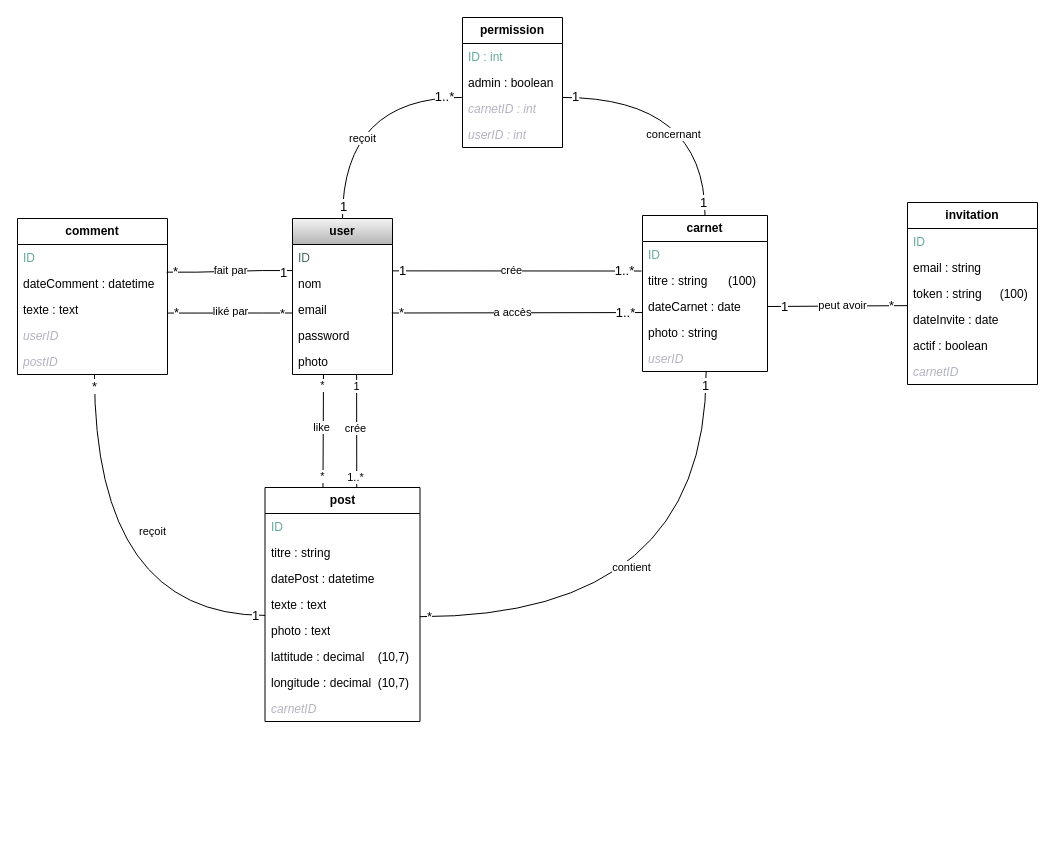
Above: doc-projet-symfony/Diagr_CarnetVoyage2.drawio in Lcdz85/ProjetFinal-Laura (draw.io), before the change. Source tidied: cells renumbered, new cells numbered last; positions are measured from the earlier drawing's top-left corner, leaving out a move shared by most shapes. Both pictures are drawn from the tidied source at 100%, with x=0, y=0 at pixel (17, 17).
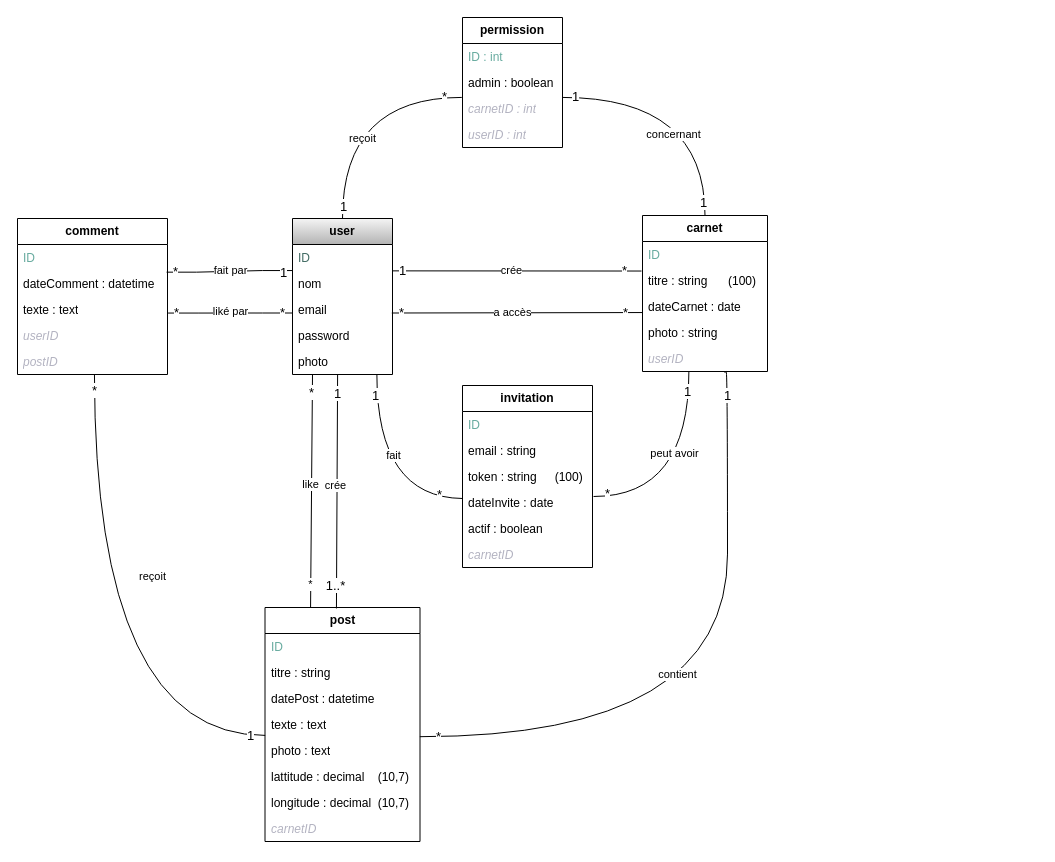
The same diagram, later.

Commit message:
changement diagramme invitation

The change refers to these unchanged cells:
```xml
<mxCell id="7" value="photo" style="text;strokeColor=none;fillColor=none;align=left;verticalAlign=top;spacingLeft=4;spacingRight=4;overflow=hidden;points=[[0,0.5],[1,0.5]];portConstraint=eastwest;whiteSpace=wrap;html=1;" parent="2" vertex="1">
  <mxGeometry y="130" width="100" height="26" as="geometry" />
</mxCell>
<mxCell id="11" value="dateCarnet : date" style="text;strokeColor=none;fillColor=none;align=left;verticalAlign=top;spacingLeft=4;spacingRight=4;overflow=hidden;points=[[0,0.5],[1,0.5]];portConstraint=eastwest;whiteSpace=wrap;html=1;" parent="8" vertex="1">
  <mxGeometry y="78" width="125" height="26" as="geometry" />
</mxCell>
<mxCell id="13" value="&lt;i&gt;userID&lt;/i&gt;" style="text;strokeColor=none;fillColor=none;align=left;verticalAlign=top;spacingLeft=4;spacingRight=4;overflow=hidden;points=[[0,0.5],[1,0.5]];portConstraint=eastwest;whiteSpace=wrap;html=1;fontColor=light-dark(#b3b3c1, #ededed);" parent="8" vertex="1">
  <mxGeometry y="130" width="125" height="26" as="geometry" />
</mxCell>
<mxCell id="14" style="endArrow=none;endFill=0;endSize=12;html=1;rounded=0;exitX=0.999;exitY=0.014;exitDx=0;exitDy=0;exitPerimeter=0;entryX=-0.008;entryY=0.136;entryDx=0;entryDy=0;entryPerimeter=0;" parent="1" edge="1" source="4" target="10">
  <mxGeometry relative="1" as="geometry" />
</mxCell>
<mxCell id="18" style="endArrow=none;endFill=0;endSize=12;html=1;rounded=0;strokeColor=light-dark(#000000, #2b82da);exitX=0.993;exitY=0.635;exitDx=0;exitDy=0;exitPerimeter=0;entryX=-0.003;entryY=0.733;entryDx=0;entryDy=0;entryPerimeter=0;" parent="1" edge="1" source="5" target="11">
  <mxGeometry relative="1" as="geometry" />
</mxCell>
<mxCell id="27" style="endArrow=none;endFill=0;endSize=12;html=1;rounded=0;entryX=-0.007;entryY=0.074;entryDx=0;entryDy=0;edgeStyle=orthogonalEdgeStyle;elbow=vertical;entryPerimeter=0;curved=1;exitX=0.5;exitY=0;exitDx=0;exitDy=0;" parent="1" edge="1" source="2" target="25">
  <mxGeometry relative="1" as="geometry">
    <Array as="points">
      <mxPoint x="325" y="80" />
    </Array>
  </mxGeometry>
</mxCell>
<mxCell id="40" value="photo : text" style="text;strokeColor=none;fillColor=none;align=left;verticalAlign=top;spacingLeft=4;spacingRight=4;overflow=hidden;points=[[0,0.5],[1,0.5]];portConstraint=eastwest;whiteSpace=wrap;html=1;" parent="35" vertex="1">
  <mxGeometry y="130" width="155" height="26" as="geometry" />
</mxCell>
<mxCell id="66" style="endArrow=none;endFill=0;endSize=12;html=1;rounded=0;entryX=-0.001;entryY=0.635;entryDx=0;entryDy=0;entryPerimeter=0;edgeStyle=entityRelationEdgeStyle;exitX=1.004;exitY=0.637;exitDx=0;exitDy=0;exitPerimeter=0;" parent="1" edge="1" source="59" target="5">
  <mxGeometry relative="1" as="geometry" />
</mxCell>
<mxCell id="77" value="token : string&lt;span style=&quot;white-space: pre;&quot;&gt;&#9;&lt;/span&gt;&amp;nbsp;&amp;nbsp;(100)" style="text;strokeColor=none;fillColor=none;align=left;verticalAlign=top;spacingLeft=4;spacingRight=4;overflow=hidden;points=[[0,0.5],[1,0.5]];portConstraint=eastwest;whiteSpace=wrap;html=1;" parent="74" vertex="1">
  <mxGeometry y="78" width="130" height="26" as="geometry" />
</mxCell>
<mxCell id="78" value="dateInvite : date" style="text;strokeColor=none;fillColor=none;align=left;verticalAlign=top;spacingLeft=4;spacingRight=4;overflow=hidden;points=[[0,0.5],[1,0.5]];portConstraint=eastwest;whiteSpace=wrap;html=1;" parent="74" vertex="1">
  <mxGeometry y="104" width="130" height="26" as="geometry" />
</mxCell>
```

Change to the diagram source:
```diff
@@
-    <mxCell id="16" value="1..*" style="edgeLabel;html=1;align=center;verticalAlign=middle;fontSize=13;" parent="14" vertex="1">
+    <mxCell id="16" value="*" style="edgeLabel;html=1;align=center;verticalAlign=middle;fontSize=13;" parent="14" vertex="1">
       <mxGeometry x="0.83" y="-2" relative="1" as="geometry">
         <mxPoint x="4" y="-3" as="offset" />
       </mxGeometry>
     </mxCell>
@@
-    <mxCell id="20" value="1..*" style="edgeLabel;html=1;align=center;verticalAlign=middle;fontSize=13;" parent="18" vertex="1">
+    <mxCell id="20" value="*" style="edgeLabel;html=1;align=center;verticalAlign=middle;fontSize=13;" parent="18" vertex="1">
       <mxGeometry x="0.83" y="-2" relative="1" as="geometry">
         <mxPoint x="4" y="-3" as="offset" />
       </mxGeometry>
     </mxCell>
@@
-    <mxCell id="28" value="1..*" style="edgeLabel;html=1;align=center;verticalAlign=middle;fontSize=13;" parent="27" vertex="1">
+    <mxCell id="28" value="*" style="edgeLabel;html=1;align=center;verticalAlign=middle;fontSize=13;" parent="27" vertex="1">
       <mxGeometry x="0.82" y="1" relative="1" as="geometry">
         <mxPoint x="4" as="offset" />
       </mxGeometry>
     </mxCell>
@@
     <mxCell id="35" value="&lt;b&gt;post&lt;/b&gt;" style="swimlane;fontStyle=0;horizontal=1;startSize=26;fillColor=none;whiteSpace=wrap;html=1;" parent="1" vertex="1">
-      <mxGeometry x="247.5" y="470" width="155" height="234" as="geometry" />
+      <mxGeometry x="247.5" y="590" width="155" height="234" as="geometry" />
     </mxCell>
@@
-    <mxCell id="44" style="endArrow=none;endFill=0;endSize=12;html=1;rounded=0;exitX=0.641;exitY=1.013;exitDx=0;exitDy=0;exitPerimeter=0;entryX=0.592;entryY=0.001;entryDx=0;entryDy=0;entryPerimeter=0;" parent="1" edge="1" source="7" target="35">
-      <mxGeometry relative="1" as="geometry" />
+    <mxCell id="44" style="endArrow=none;endFill=0;endSize=12;html=1;rounded=0;exitX=0.641;exitY=1.013;exitDx=0;exitDy=0;exitPerimeter=0;entryX=0.461;entryY=0.004;entryDx=0;entryDy=0;entryPerimeter=0;" parent="1" edge="1" target="35">
+      <mxGeometry relative="1" as="geometry">
+        <mxPoint x="320.1" y="357.3" as="sourcePoint" />
+      </mxGeometry>
     </mxCell>
-    <mxCell id="45" value="1" style="edgeLabel;html=1;align=center;verticalAlign=middle;" parent="44" vertex="1">
+    <mxCell id="45" value="1" style="edgeLabel;html=1;align=center;verticalAlign=middle;fontSize=13;" parent="44" vertex="1">
       <mxGeometry x="-0.88" y="-1" relative="1" as="geometry">
         <mxPoint y="4" as="offset" />
       </mxGeometry>
     </mxCell>
-    <mxCell id="46" value="1..*" style="edgeLabel;html=1;align=center;verticalAlign=middle;" parent="44" vertex="1">
+    <mxCell id="46" value="1..*" style="edgeLabel;html=1;align=center;verticalAlign=middle;fontSize=13;" parent="44" vertex="1">
       <mxGeometry x="0.8" y="-2" relative="1" as="geometry" />
     </mxCell>
@@
-    <mxCell id="48" style="endArrow=none;endFill=0;endSize=12;html=1;rounded=0;entryX=0.509;entryY=1.015;entryDx=0;entryDy=0;entryPerimeter=0;edgeStyle=orthogonalEdgeStyle;curved=1;exitX=0.999;exitY=-0.031;exitDx=0;exitDy=0;exitPerimeter=0;" parent="1" edge="1" source="40" target="13">
+    <mxCell id="48" style="endArrow=none;endFill=0;endSize=12;html=1;rounded=0;entryX=0.659;entryY=1.051;entryDx=0;entryDy=0;entryPerimeter=0;edgeStyle=orthogonalEdgeStyle;curved=1;exitX=0.999;exitY=-0.031;exitDx=0;exitDy=0;exitPerimeter=0;" parent="1" edge="1" source="40" target="13">
       <mxGeometry relative="1" as="geometry">
         <Array as="points">
-          <mxPoint x="689" y="599" />
-          <mxPoint x="689" y="354" />
+          <mxPoint x="710" y="719" />
+          <mxPoint x="710" y="354" />
+          <mxPoint x="707" y="354" />
         </Array>
       </mxGeometry>
     </mxCell>
@@
     <mxCell id="51" value="contient" style="edgeLabel;html=1;align=center;verticalAlign=middle;" parent="48" vertex="1">
       <mxGeometry x="-0.06" y="-2" relative="1" as="geometry">
-        <mxPoint x="-39" y="-52" as="offset" />
+        <mxPoint x="-53" y="-52" as="offset" />
       </mxGeometry>
     </mxCell>
-    <mxCell id="52" style="endArrow=none;endFill=0;endSize=12;html=1;rounded=0;entryX=0.374;entryY=0.001;entryDx=0;entryDy=0;entryPerimeter=0;exitX=0.31;exitY=0.999;exitDx=0;exitDy=0;exitPerimeter=0;" parent="1" edge="1" source="7" target="35">
-      <mxGeometry relative="1" as="geometry" />
+    <mxCell id="52" style="endArrow=none;endFill=0;endSize=12;html=1;rounded=0;entryX=0.294;entryY=0;entryDx=0;entryDy=0;entryPerimeter=0;exitX=0.31;exitY=0.999;exitDx=0;exitDy=0;exitPerimeter=0;" parent="1" edge="1" target="35">
+      <mxGeometry relative="1" as="geometry">
+        <mxPoint x="295" y="357" as="sourcePoint" />
+      </mxGeometry>
     </mxCell>
-    <mxCell id="53" value="*" style="edgeLabel;html=1;align=center;verticalAlign=middle;" parent="52" vertex="1">
+    <mxCell id="53" value="*" style="edgeLabel;html=1;align=center;verticalAlign=middle;fontSize=13;" parent="52" vertex="1">
       <mxGeometry x="-0.88" y="-1" relative="1" as="geometry">
         <mxPoint y="4" as="offset" />
       </mxGeometry>
     </mxCell>
@@
     <mxCell id="68" value="*" style="edgeLabel;html=1;align=center;verticalAlign=middle;fontSize=13;" parent="66" vertex="1">
       <mxGeometry x="0.84" y="-1" relative="1" as="geometry">
-        <mxPoint y="-1" as="offset" />
+        <mxPoint y="-2" as="offset" />
       </mxGeometry>
     </mxCell>
@@
     <mxCell id="74" value="&lt;b&gt;invitation&lt;/b&gt;" style="swimlane;fontStyle=0;horizontal=1;startSize=26;fillColor=none;whiteSpace=wrap;html=1;" parent="1" vertex="1">
-      <mxGeometry x="890" y="185" width="130" height="182" as="geometry" />
+      <mxGeometry x="445" y="368" width="130" height="182" as="geometry" />
     </mxCell>
@@
-    <mxCell id="81" style="endArrow=none;endFill=0;endSize=12;html=1;rounded=0;exitX=1;exitY=0.5;exitDx=0;exitDy=0;entryX=-0.001;entryY=0.967;entryDx=0;entryDy=0;entryPerimeter=0;" parent="1" edge="1" source="11" target="77">
-      <mxGeometry relative="1" as="geometry" />
+    <mxCell id="81" style="endArrow=none;endFill=0;endSize=12;html=1;rounded=0;exitX=0.371;exitY=0.987;exitDx=0;exitDy=0;entryX=1.008;entryY=0.269;entryDx=0;entryDy=0;entryPerimeter=0;exitPerimeter=0;edgeStyle=orthogonalEdgeStyle;curved=1;" parent="1" edge="1" source="13" target="78">
+      <mxGeometry relative="1" as="geometry">
+        <Array as="points">
+          <mxPoint x="671" y="479" />
+        </Array>
+      </mxGeometry>
     </mxCell>
     <mxCell id="82" value="1" style="edgeLabel;html=1;align=center;verticalAlign=middle;fontSize=13;" parent="81" vertex="1">
       <mxGeometry x="-0.87" y="-1" relative="1" as="geometry">
-        <mxPoint x="7" y="-1" as="offset" />
+        <mxPoint x="-1" y="6" as="offset" />
       </mxGeometry>
     </mxCell>
     <mxCell id="83" value="*" style="edgeLabel;html=1;align=center;verticalAlign=middle;fontSize=13;" parent="81" vertex="1">
       <mxGeometry x="0.83" y="-2" relative="1" as="geometry">
-        <mxPoint x="-5" y="-3" as="offset" />
+        <mxPoint x="-5" y="-1" as="offset" />
       </mxGeometry>
     </mxCell>
     <mxCell id="84" value="peut avoir" style="edgeLabel;html=1;align=center;verticalAlign=middle;" parent="81" vertex="1">
       <mxGeometry x="-0.05" y="1" relative="1" as="geometry">
-        <mxPoint x="9" as="offset" />
+        <mxPoint x="-16" y="-23" as="offset" />
       </mxGeometry>
     </mxCell>
+    <mxCell id="85" style="endArrow=none;endFill=0;endSize=12;html=1;rounded=0;exitX=0.844;exitY=1.018;exitDx=0;exitDy=0;entryX=0;entryY=0.346;entryDx=0;entryDy=0;entryPerimeter=0;exitPerimeter=0;edgeStyle=orthogonalEdgeStyle;curved=1;" parent="1" edge="1" source="7" target="78">
+      <mxGeometry relative="1" as="geometry">
+        <Array as="points">
+          <mxPoint x="359" y="480" />
+          <mxPoint x="445" y="480" />
+        </Array>
+      </mxGeometry>
+    </mxCell>
+    <mxCell id="86" value="1" style="edgeLabel;html=1;align=center;verticalAlign=middle;fontSize=13;" parent="85" vertex="1">
+      <mxGeometry x="-0.87" y="-1" relative="1" as="geometry">
+        <mxPoint x="-1" y="6" as="offset" />
+      </mxGeometry>
+    </mxCell>
+    <mxCell id="87" value="*" style="edgeLabel;html=1;align=center;verticalAlign=middle;fontSize=13;" parent="85" vertex="1">
+      <mxGeometry x="0.83" y="-2" relative="1" as="geometry">
+        <mxPoint x="-5" y="-6" as="offset" />
+      </mxGeometry>
+    </mxCell>
+    <mxCell id="88" value="fait" style="edgeLabel;html=1;align=center;verticalAlign=middle;" parent="85" vertex="1">
+      <mxGeometry x="-0.05" y="1" relative="1" as="geometry">
+        <mxPoint x="15" y="-19" as="offset" />
+      </mxGeometry>
+    </mxCell>
```
